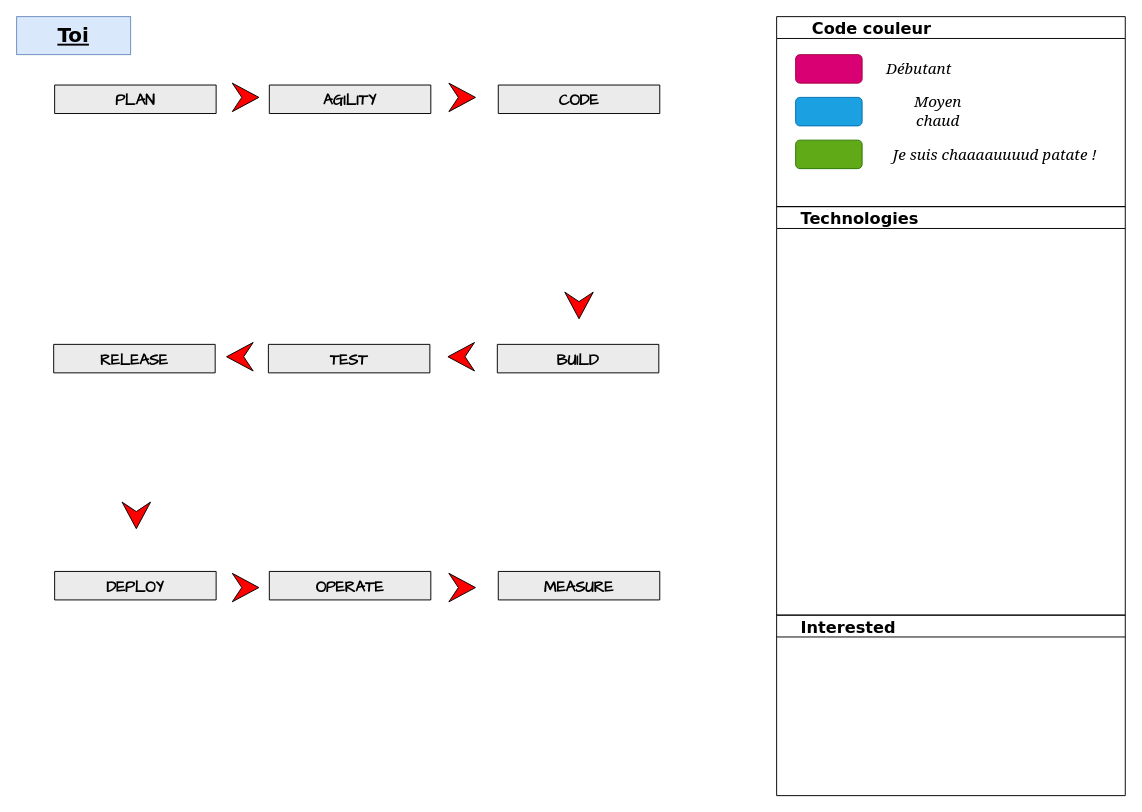
The draw.io diagram skills.drawio in teolia/TeoSchool_skills, before the edit. Source tidied: cells renumbered, new cells numbered last; positions are measured from the earlier drawing's top-left corner, leaving out a move shared by most shapes. Both pictures are drawn from the tidied source at 95%, with x=0, y=0 at pixel (16, 16).
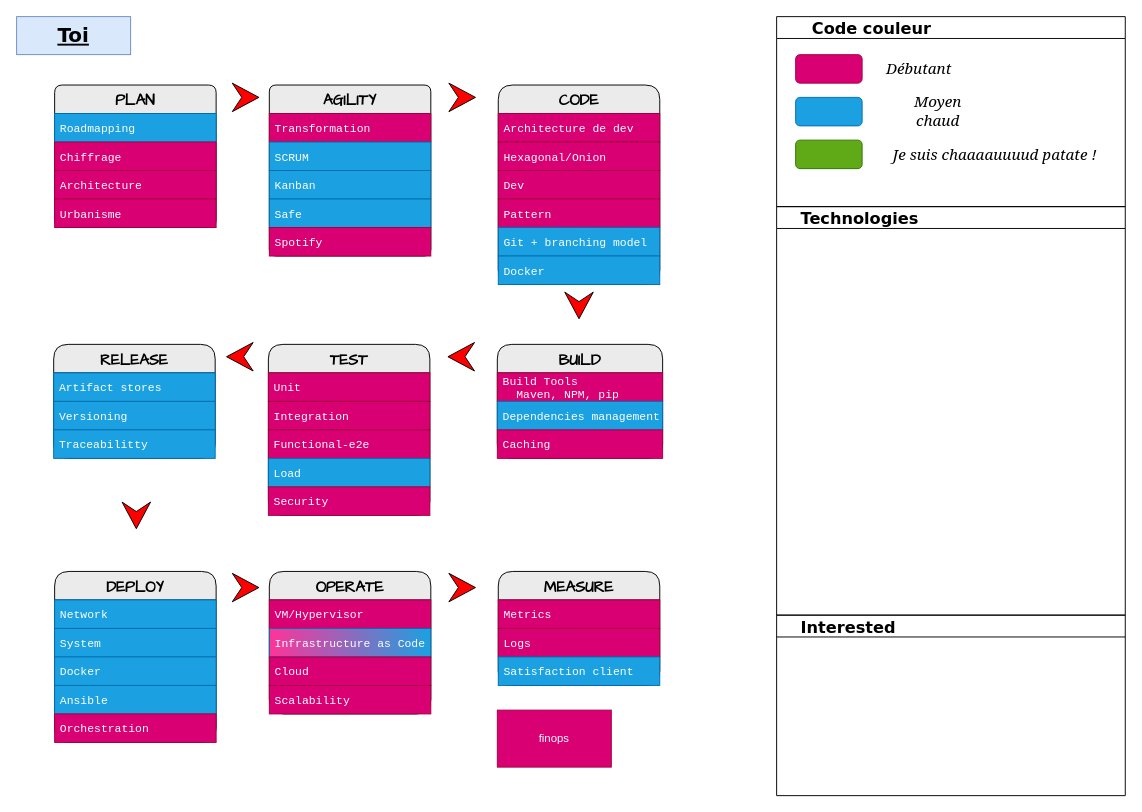
After the change.

Change to the diagram source:
```diff
@@
-    <mxCell id="3" value="PLAN" style="swimlane;fontStyle=1;horizontal=1;startSize=30;fontFamily=Comic Sans MS;rounded=1;arcSize=9;labelBackgroundColor=none;fillColor=#EBEBEB;fontSize=16;" parent="1" vertex="1" collapsed="1">
-      <mxGeometry x="40" y="72" width="170" height="30" as="geometry" />
+    <mxCell id="3" value="PLAN" style="swimlane;fontStyle=1;horizontal=1;startSize=30;fontFamily=Comic Sans MS;rounded=1;arcSize=9;labelBackgroundColor=none;fillColor=#EBEBEB;fontSize=16;" parent="1" vertex="1">
+      <mxGeometry x="40" y="72" width="170" height="150" as="geometry" />
     </mxCell>
+    <mxCell id="29" value="Roadmapping" style="text;align=left;verticalAlign=middle;spacingLeft=4;spacingRight=4;overflow=hidden;fontFamily=Courier New;fillColor=#1ba1e2;fontColor=#ffffff;strokeColor=#006EAF;" parent="3" vertex="1">
+      <mxGeometry y="30" width="170" height="30" as="geometry" />
+    </mxCell>
+    <mxCell id="30" value="Chiffrage" style="text;align=left;verticalAlign=middle;spacingLeft=4;spacingRight=4;overflow=hidden;fontFamily=Courier New;fillColor=#d80073;fontColor=#ffffff;strokeColor=#A50040;" parent="3" vertex="1">
+      <mxGeometry y="60" width="170" height="30" as="geometry" />
+    </mxCell>
+    <mxCell id="31" value="Architecture" style="text;align=left;verticalAlign=middle;spacingLeft=4;spacingRight=4;overflow=hidden;fontFamily=Courier New;fillColor=#d80073;fontColor=#ffffff;strokeColor=#A50040;" parent="3" vertex="1">
+      <mxGeometry y="90" width="170" height="30" as="geometry" />
+    </mxCell>
+    <mxCell id="32" value="Urbanisme" style="text;strokeColor=#A50040;fillColor=#d80073;align=left;verticalAlign=middle;spacingLeft=4;spacingRight=4;overflow=hidden;fontFamily=Courier New;fontColor=#ffffff;" parent="3" vertex="1">
+      <mxGeometry y="120" width="170" height="30" as="geometry" />
+    </mxCell>
-    <mxCell id="4" value="AGILITY" style="swimlane;fontStyle=1;horizontal=1;startSize=30;fontFamily=Comic Sans MS;rounded=1;arcSize=8;labelBackgroundColor=none;fillColor=#EBEBEB;fontSize=16;" parent="1" vertex="1" collapsed="1">
-      <mxGeometry x="266" y="72" width="170" height="30" as="geometry" />
+    <mxCell id="4" value="AGILITY" style="swimlane;fontStyle=1;horizontal=1;startSize=30;fontFamily=Comic Sans MS;rounded=1;arcSize=8;labelBackgroundColor=none;fillColor=#EBEBEB;fontSize=16;" parent="1" vertex="1">
+      <mxGeometry x="266" y="72" width="170" height="180" as="geometry" />
     </mxCell>
+    <mxCell id="33" value="Transformation" style="text;align=left;verticalAlign=middle;spacingLeft=4;spacingRight=4;overflow=hidden;fontFamily=Courier New;fillColor=#d80073;fontColor=#ffffff;strokeColor=#A50040;" parent="4" vertex="1">
+      <mxGeometry y="30" width="170" height="30" as="geometry" />
+    </mxCell>
+    <mxCell id="34" value="SCRUM" style="text;strokeColor=#006EAF;fillColor=#1ba1e2;align=left;verticalAlign=middle;spacingLeft=4;spacingRight=4;overflow=hidden;fontFamily=Courier New;fontColor=#ffffff;" parent="4" vertex="1">
+      <mxGeometry y="60" width="170" height="30" as="geometry" />
+    </mxCell>
+    <mxCell id="35" value="Kanban" style="text;strokeColor=#006EAF;fillColor=#1ba1e2;align=left;verticalAlign=middle;spacingLeft=4;spacingRight=4;overflow=hidden;fontFamily=Courier New;fontColor=#ffffff;" parent="4" vertex="1">
+      <mxGeometry y="90" width="170" height="30" as="geometry" />
+    </mxCell>
+    <mxCell id="36" value="Safe" style="text;strokeColor=#006EAF;fillColor=#1ba1e2;align=left;verticalAlign=middle;spacingLeft=4;spacingRight=4;overflow=hidden;fontFamily=Courier New;fontColor=#ffffff;" parent="4" vertex="1">
+      <mxGeometry y="120" width="170" height="30" as="geometry" />
+    </mxCell>
+    <mxCell id="37" value="Spotify" style="text;strokeColor=#A50040;fillColor=#d80073;align=left;verticalAlign=middle;spacingLeft=4;spacingRight=4;overflow=hidden;fontFamily=Courier New;fontColor=#ffffff;" parent="4" vertex="1">
+      <mxGeometry y="150" width="170" height="30" as="geometry" />
+    </mxCell>
-    <mxCell id="5" value="CODE" style="swimlane;fontStyle=1;horizontal=1;startSize=30;fontFamily=Comic Sans MS;rounded=1;arcSize=17;labelBackgroundColor=none;fillColor=#EBEBEB;fontSize=16;" parent="1" vertex="1" collapsed="1">
-      <mxGeometry x="507" y="72" width="170" height="30" as="geometry" />
+    <mxCell id="5" value="CODE" style="swimlane;fontStyle=1;horizontal=1;startSize=30;fontFamily=Comic Sans MS;rounded=1;arcSize=17;labelBackgroundColor=none;fillColor=#EBEBEB;fontSize=16;" parent="1" vertex="1">
+      <mxGeometry x="507" y="72" width="170" height="210" as="geometry" />
     </mxCell>
+    <mxCell id="38" value="Architecture de dev" style="text;align=left;verticalAlign=middle;spacingLeft=4;spacingRight=4;overflow=hidden;fontFamily=Courier New;fillColor=#d80073;fontColor=#ffffff;strokeColor=#A50040;" parent="5" vertex="1">
+      <mxGeometry y="30" width="170" height="30" as="geometry" />
+    </mxCell>
+    <mxCell id="39" value="Hexagonal/Onion" style="text;strokeColor=#A50040;fillColor=#d80073;align=left;verticalAlign=middle;spacingLeft=4;spacingRight=4;overflow=hidden;fontFamily=Courier New;fontColor=#ffffff;" parent="5" vertex="1">
+      <mxGeometry y="60" width="170" height="30" as="geometry" />
+    </mxCell>
+    <mxCell id="40" value="Dev" style="text;strokeColor=#A50040;fillColor=#d80073;align=left;verticalAlign=middle;spacingLeft=4;spacingRight=4;overflow=hidden;fontFamily=Courier New;fontColor=#ffffff;" parent="5" vertex="1">
+      <mxGeometry y="90" width="170" height="30" as="geometry" />
+    </mxCell>
+    <mxCell id="41" value="Pattern" style="text;strokeColor=#A50040;fillColor=#d80073;align=left;verticalAlign=middle;spacingLeft=4;spacingRight=4;overflow=hidden;fontFamily=Courier New;fontColor=#ffffff;" parent="5" vertex="1">
+      <mxGeometry y="120" width="170" height="30" as="geometry" />
+    </mxCell>
+    <mxCell id="42" value="Git + branching model" style="text;strokeColor=#006EAF;fillColor=#1ba1e2;align=left;verticalAlign=middle;spacingLeft=4;spacingRight=4;overflow=hidden;fontFamily=Courier New;fontColor=#ffffff;" parent="5" vertex="1">
+      <mxGeometry y="150" width="170" height="30" as="geometry" />
+    </mxCell>
+    <mxCell id="43" value="Docker" style="text;strokeColor=#006EAF;fillColor=#1ba1e2;align=left;verticalAlign=middle;spacingLeft=4;spacingRight=4;overflow=hidden;fontFamily=Courier New;fontColor=#ffffff;" parent="5" vertex="1">
+      <mxGeometry y="180" width="170" height="30" as="geometry" />
+    </mxCell>
@@
-    <mxCell id="8" value="RELEASE" style="swimlane;fontStyle=1;horizontal=1;startSize=30;fontFamily=Comic Sans MS;rounded=1;arcSize=17;labelBackgroundColor=none;fillColor=#EBEBEB;fontSize=16;" parent="1" vertex="1" collapsed="1">
-      <mxGeometry x="39" y="345" width="170" height="30" as="geometry" />
+    <mxCell id="8" value="RELEASE" style="swimlane;fontStyle=1;horizontal=1;startSize=30;fontFamily=Comic Sans MS;rounded=1;arcSize=17;labelBackgroundColor=none;fillColor=#EBEBEB;fontSize=16;" parent="1" vertex="1">
+      <mxGeometry x="39" y="345" width="170" height="120" as="geometry" />
     </mxCell>
+    <mxCell id="44" value="Artifact stores" style="text;align=left;verticalAlign=middle;spacingLeft=4;spacingRight=4;overflow=hidden;fontFamily=Courier New;fillColor=#1ba1e2;fontColor=#ffffff;strokeColor=#006EAF;" parent="8" vertex="1">
+      <mxGeometry y="30" width="170" height="30" as="geometry" />
+    </mxCell>
+    <mxCell id="45" value="Versioning" style="text;strokeColor=#006EAF;fillColor=#1ba1e2;align=left;verticalAlign=middle;spacingLeft=4;spacingRight=4;overflow=hidden;fontFamily=Courier New;fontColor=#ffffff;" parent="8" vertex="1">
+      <mxGeometry y="60" width="170" height="30" as="geometry" />
+    </mxCell>
+    <mxCell id="46" value="Traceabilitty" style="text;strokeColor=#006EAF;fillColor=#1ba1e2;align=left;verticalAlign=middle;spacingLeft=4;spacingRight=4;overflow=hidden;fontFamily=Courier New;fontColor=#ffffff;" parent="8" vertex="1">
+      <mxGeometry y="90" width="170" height="30" as="geometry" />
+    </mxCell>
-    <mxCell id="9" value="TEST" style="swimlane;fontStyle=1;horizontal=1;startSize=30;fontFamily=Comic Sans MS;rounded=1;arcSize=17;labelBackgroundColor=none;fillColor=#EBEBEB;fontSize=16;" parent="1" vertex="1" collapsed="1">
-      <mxGeometry x="265" y="345" width="170" height="30" as="geometry" />
+    <mxCell id="9" value="TEST" style="swimlane;fontStyle=1;horizontal=1;startSize=30;fontFamily=Comic Sans MS;rounded=1;arcSize=17;labelBackgroundColor=none;fillColor=#EBEBEB;fontSize=16;" parent="1" vertex="1">
+      <mxGeometry x="265" y="345" width="170" height="180" as="geometry" />
     </mxCell>
+    <mxCell id="47" value="Unit" style="text;align=left;verticalAlign=middle;spacingLeft=4;spacingRight=4;overflow=hidden;fontFamily=Courier New;fillColor=#d80073;fontColor=#ffffff;strokeColor=#A50040;" parent="9" vertex="1">
+      <mxGeometry y="30" width="170" height="30" as="geometry" />
+    </mxCell>
+    <mxCell id="48" value="Integration" style="text;strokeColor=#A50040;fillColor=#d80073;align=left;verticalAlign=middle;spacingLeft=4;spacingRight=4;overflow=hidden;fontFamily=Courier New;fontColor=#ffffff;" parent="9" vertex="1">
+      <mxGeometry y="60" width="170" height="30" as="geometry" />
+    </mxCell>
+    <mxCell id="49" value="Functional-e2e" style="text;strokeColor=#A50040;fillColor=#d80073;align=left;verticalAlign=middle;spacingLeft=4;spacingRight=4;overflow=hidden;fontFamily=Courier New;fontColor=#ffffff;" parent="9" vertex="1">
+      <mxGeometry y="90" width="170" height="30" as="geometry" />
+    </mxCell>
+    <mxCell id="50" value="Load" style="text;strokeColor=#006EAF;fillColor=#1ba1e2;align=left;verticalAlign=middle;spacingLeft=4;spacingRight=4;overflow=hidden;fontFamily=Courier New;fontColor=#ffffff;" parent="9" vertex="1">
+      <mxGeometry y="120" width="170" height="30" as="geometry" />
+    </mxCell>
+    <mxCell id="51" value="Security" style="text;strokeColor=#A50040;fillColor=#d80073;align=left;verticalAlign=middle;spacingLeft=4;spacingRight=4;overflow=hidden;fontFamily=Courier New;fontColor=#ffffff;" parent="9" vertex="1">
+      <mxGeometry y="150" width="170" height="30" as="geometry" />
+    </mxCell>
-    <mxCell id="10" value="BUILD" style="swimlane;fontStyle=1;horizontal=1;startSize=30;fontFamily=Comic Sans MS;rounded=1;arcSize=17;labelBackgroundColor=none;fillColor=#EBEBEB;fontSize=16;" parent="1" vertex="1" collapsed="1">
-      <mxGeometry x="506" y="345" width="170" height="30" as="geometry" />
+    <mxCell id="10" value="BUILD" style="swimlane;fontStyle=1;horizontal=1;startSize=30;fontFamily=Comic Sans MS;rounded=1;arcSize=17;labelBackgroundColor=none;fillColor=#EBEBEB;fontSize=16;" parent="1" vertex="1">
+      <mxGeometry x="506" y="345" width="174" height="120" as="geometry" />
     </mxCell>
+    <mxCell id="52" value="Build Tools&#10;  Maven, NPM, pip" style="text;align=left;verticalAlign=middle;spacingLeft=4;spacingRight=4;overflow=hidden;fontFamily=Courier New;fillColor=#d80073;fontColor=#ffffff;strokeColor=#A50040;" parent="10" vertex="1">
+      <mxGeometry y="30" width="174" height="30" as="geometry" />
+    </mxCell>
+    <mxCell id="53" value="Dependencies management" style="text;strokeColor=#006EAF;fillColor=#1ba1e2;align=left;verticalAlign=middle;spacingLeft=4;spacingRight=4;overflow=hidden;fontFamily=Courier New;fontColor=#ffffff;" parent="10" vertex="1">
+      <mxGeometry y="60" width="174" height="30" as="geometry" />
+    </mxCell>
+    <mxCell id="54" value="Caching" style="text;strokeColor=#A50040;fillColor=#d80073;align=left;verticalAlign=middle;spacingLeft=4;spacingRight=4;overflow=hidden;fontFamily=Courier New;fontColor=#ffffff;" parent="10" vertex="1">
+      <mxGeometry y="90" width="174" height="30" as="geometry" />
+    </mxCell>
-    <mxCell id="11" value="DEPLOY" style="swimlane;fontStyle=1;horizontal=1;startSize=30;fontFamily=Comic Sans MS;rounded=1;arcSize=17;labelBackgroundColor=none;fillColor=#EBEBEB;fontSize=16;" parent="1" vertex="1" collapsed="1">
-      <mxGeometry x="40" y="584" width="170" height="30" as="geometry" />
+    <mxCell id="11" value="DEPLOY" style="swimlane;fontStyle=1;horizontal=1;startSize=30;fontFamily=Comic Sans MS;rounded=1;arcSize=17;labelBackgroundColor=none;fillColor=#EBEBEB;fontSize=16;" parent="1" vertex="1">
+      <mxGeometry x="40" y="584" width="170" height="180" as="geometry" />
     </mxCell>
+    <mxCell id="55" value="Network" style="text;align=left;verticalAlign=middle;spacingLeft=4;spacingRight=4;overflow=hidden;fontFamily=Courier New;fillColor=#1ba1e2;fontColor=#ffffff;strokeColor=#006EAF;" parent="11" vertex="1">
+      <mxGeometry y="30" width="170" height="30" as="geometry" />
+    </mxCell>
+    <mxCell id="56" value="System" style="text;strokeColor=#006EAF;fillColor=#1ba1e2;align=left;verticalAlign=middle;spacingLeft=4;spacingRight=4;overflow=hidden;fontFamily=Courier New;fontColor=#ffffff;" parent="11" vertex="1">
+      <mxGeometry y="60" width="170" height="30" as="geometry" />
+    </mxCell>
+    <mxCell id="57" value="Docker" style="text;strokeColor=#006EAF;fillColor=#1ba1e2;align=left;verticalAlign=middle;spacingLeft=4;spacingRight=4;overflow=hidden;fontFamily=Courier New;fontColor=#ffffff;" parent="11" vertex="1">
+      <mxGeometry y="90" width="170" height="30" as="geometry" />
+    </mxCell>
+    <mxCell id="58" value="Ansible" style="text;strokeColor=#006EAF;fillColor=#1ba1e2;align=left;verticalAlign=middle;spacingLeft=4;spacingRight=4;overflow=hidden;fontFamily=Courier New;fontColor=#ffffff;" parent="11" vertex="1">
+      <mxGeometry y="120" width="170" height="30" as="geometry" />
+    </mxCell>
+    <mxCell id="59" value="Orchestration" style="text;strokeColor=#A50040;fillColor=#d80073;align=left;verticalAlign=middle;spacingLeft=4;spacingRight=4;overflow=hidden;fontFamily=Courier New;fontColor=#ffffff;" parent="11" vertex="1">
+      <mxGeometry y="150" width="170" height="30" as="geometry" />
+    </mxCell>
-    <mxCell id="12" value="OPERATE" style="swimlane;fontStyle=1;horizontal=1;startSize=30;fontFamily=Comic Sans MS;rounded=1;arcSize=17;labelBackgroundColor=none;fillColor=#EBEBEB;fontSize=16;" parent="1" vertex="1" collapsed="1">
-      <mxGeometry x="266" y="584" width="170" height="30" as="geometry" />
+    <mxCell id="12" value="OPERATE" style="swimlane;fontStyle=1;horizontal=1;startSize=30;fontFamily=Comic Sans MS;rounded=1;arcSize=17;labelBackgroundColor=none;fillColor=#EBEBEB;fontSize=16;" parent="1" vertex="1">
+      <mxGeometry x="266" y="584" width="170" height="150" as="geometry" />
     </mxCell>
+    <mxCell id="60" value="VM/Hypervisor" style="text;align=left;verticalAlign=middle;spacingLeft=4;spacingRight=4;overflow=hidden;fontFamily=Courier New;fillColor=#d80073;fontColor=#ffffff;strokeColor=#A50040;" parent="12" vertex="1">
+      <mxGeometry y="30" width="170" height="30" as="geometry" />
+    </mxCell>
+    <mxCell id="61" value="Infrastructure as Code" style="text;strokeColor=#006EAF;fillColor=#1ba1e2;align=left;verticalAlign=middle;spacingLeft=4;spacingRight=4;overflow=hidden;fontFamily=Courier New;fontColor=#ffffff;gradientColor=#FF3399;gradientDirection=west;" parent="12" vertex="1">
+      <mxGeometry y="60" width="170" height="30" as="geometry" />
+    </mxCell>
+    <mxCell id="62" value="Cloud" style="text;strokeColor=#A50040;fillColor=#d80073;align=left;verticalAlign=middle;spacingLeft=4;spacingRight=4;overflow=hidden;fontFamily=Courier New;fontColor=#ffffff;" parent="12" vertex="1">
+      <mxGeometry y="90" width="170" height="30" as="geometry" />
+    </mxCell>
+    <mxCell id="63" value="Scalability" style="text;strokeColor=#A50040;fillColor=#d80073;align=left;verticalAlign=middle;spacingLeft=4;spacingRight=4;overflow=hidden;fontFamily=Courier New;fontColor=#ffffff;" parent="12" vertex="1">
+      <mxGeometry y="120" width="170" height="30" as="geometry" />
+    </mxCell>
-    <mxCell id="13" value="MEASURE" style="swimlane;fontStyle=1;horizontal=1;startSize=30;fontFamily=Comic Sans MS;rounded=1;arcSize=17;labelBackgroundColor=none;fillColor=#EBEBEB;fontSize=16;" parent="1" vertex="1" collapsed="1">
-      <mxGeometry x="507" y="584" width="170" height="30" as="geometry" />
+    <mxCell id="13" value="MEASURE" style="swimlane;fontStyle=1;horizontal=1;startSize=30;fontFamily=Comic Sans MS;rounded=1;arcSize=17;labelBackgroundColor=none;fillColor=#EBEBEB;fontSize=16;" parent="1" vertex="1">
+      <mxGeometry x="507" y="584" width="170" height="120" as="geometry" />
     </mxCell>
+    <mxCell id="64" value="Metrics" style="text;align=left;verticalAlign=middle;spacingLeft=4;spacingRight=4;overflow=hidden;fontFamily=Courier New;fillColor=#d80073;fontColor=#ffffff;strokeColor=#A50040;" parent="13" vertex="1">
+      <mxGeometry y="30" width="170" height="30" as="geometry" />
+    </mxCell>
+    <mxCell id="65" value="Logs" style="text;strokeColor=#A50040;fillColor=#d80073;align=left;verticalAlign=middle;spacingLeft=4;spacingRight=4;overflow=hidden;fontFamily=Courier New;fontColor=#ffffff;" parent="13" vertex="1">
+      <mxGeometry y="60" width="170" height="30" as="geometry" />
+    </mxCell>
+    <mxCell id="66" value="Satisfaction client" style="text;strokeColor=#006EAF;fillColor=#1ba1e2;align=left;verticalAlign=middle;spacingLeft=4;spacingRight=4;overflow=hidden;fontFamily=Courier New;fontColor=#ffffff;" parent="13" vertex="1">
+      <mxGeometry y="90" width="170" height="30" as="geometry" />
+    </mxCell>
@@
+    <mxCell id="67" value="finops" style="whiteSpace=wrap;html=1;fillColor=#d80073;fontColor=#ffffff;strokeColor=#A50040;" parent="1" vertex="1">
+      <mxGeometry x="506" y="730" width="120" height="60" as="geometry" />
+    </mxCell>
```
